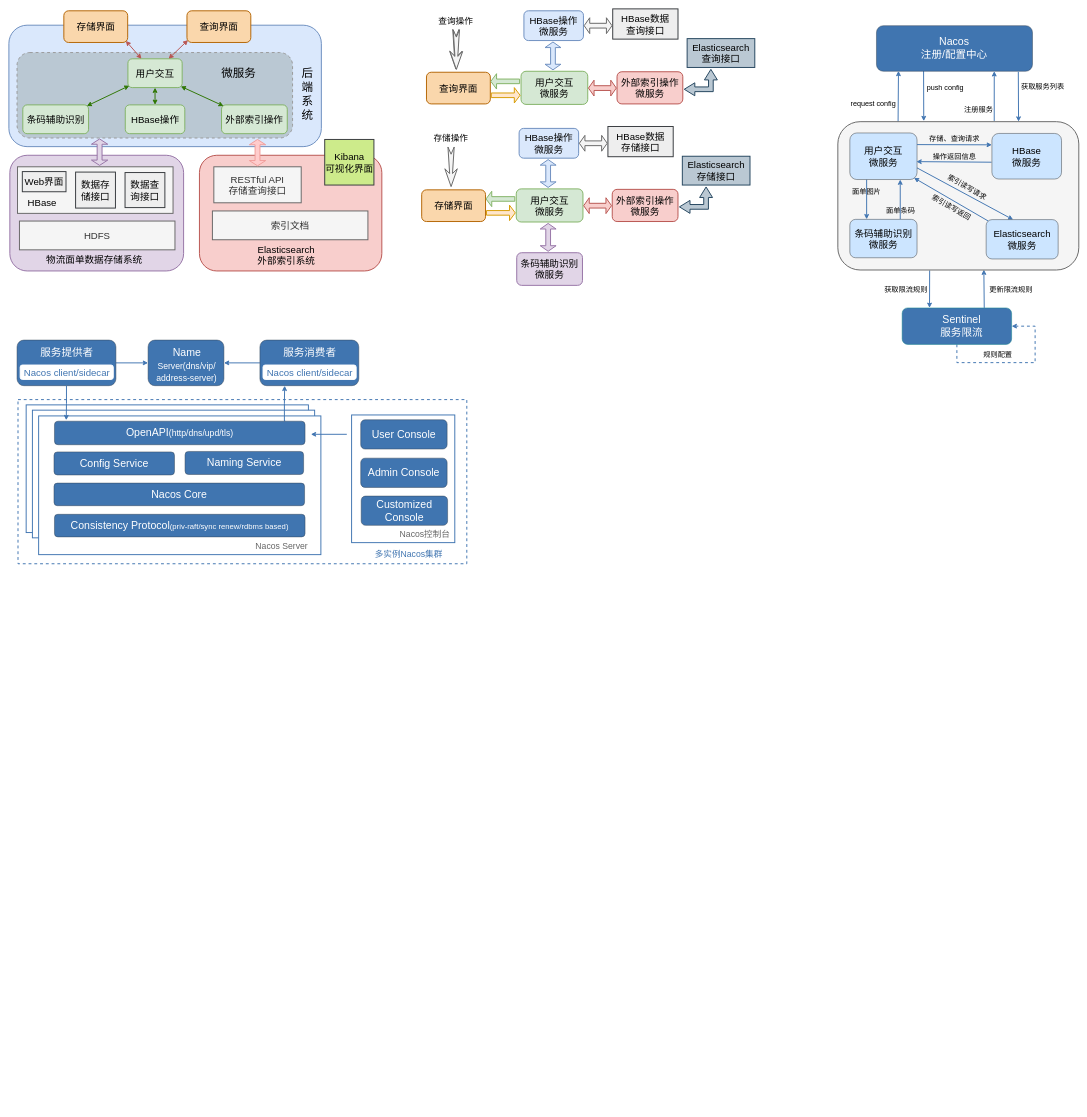
Above: page "第 4 页" (4 of 4) of 未命名绘图.drawio in Life-Cycle/xixi (draw.io), before the change. Source tidied: cells renumbered, new cells numbered last; positions are measured from the earlier drawing's top-left corner, leaving out a move shared by most shapes. Both pictures are drawn from the tidied source at 48%, with x=0, y=0 at pixel (9, 9).
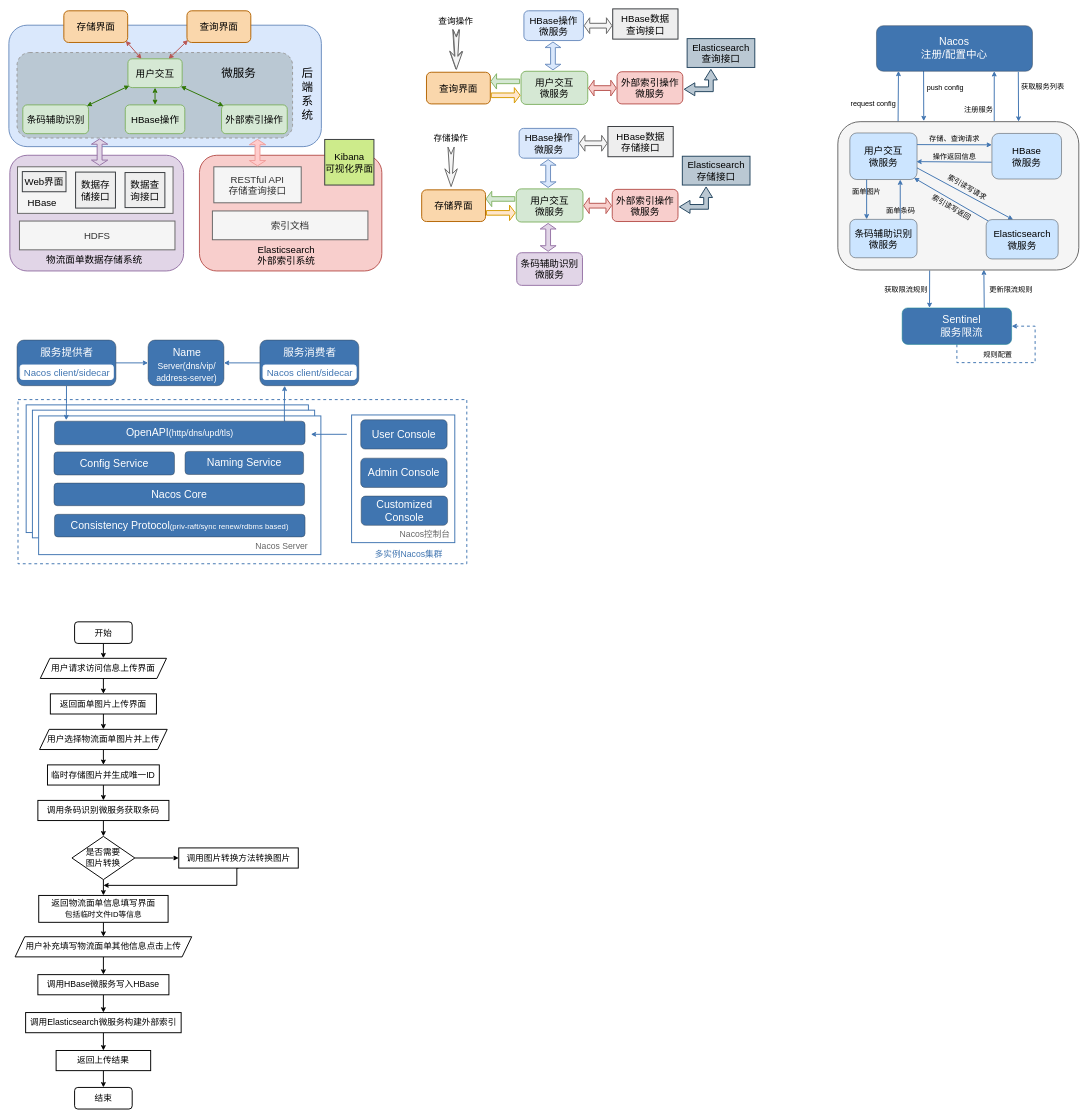
Above is the later version.

Commit message:
更新未命名绘图.drawio

Diff of the diagram source:
```diff
@@
+    <mxCell id="128" style="edgeStyle=none;rounded=0;jettySize=auto;html=1;exitX=0.5;exitY=1;exitDx=0;exitDy=0;entryX=0.5;entryY=0;entryDx=0;entryDy=0;fontSize=16;fontColor=#000000;startArrow=none;startFill=0;endArrow=classic;endFill=1;strokeColor=#000000;strokeWidth=2;" parent="1" edge="1" source="129" target="131">
+      <mxGeometry relative="1" as="geometry" />
+    </mxCell>
+    <mxCell id="129" value="开始" style="rounded=1;whiteSpace=wrap;html=1;labelBackgroundColor=none;fontSize=18;fontColor=#000000;strokeColor=#000000;strokeWidth=2;fillColor=#FFFFFF;" parent="1" vertex="1">
+      <mxGeometry x="136.9" y="1277" width="120" height="45" as="geometry" />
+    </mxCell>
+    <mxCell id="130" style="edgeStyle=none;rounded=0;jettySize=auto;html=1;exitX=0.5;exitY=1;exitDx=0;exitDy=0;entryX=0.5;entryY=0;entryDx=0;entryDy=0;fontSize=16;fontColor=#000000;startArrow=none;startFill=0;endArrow=classic;endFill=1;strokeColor=#000000;strokeWidth=2;" parent="1" edge="1" source="131" target="133">
+      <mxGeometry relative="1" as="geometry" />
+    </mxCell>
+    <mxCell id="131" value="用户请求访问信息上传界面" style="shape=parallelogram;perimeter=parallelogramPerimeter;whiteSpace=wrap;html=1;fixedSize=1;rounded=0;labelBackgroundColor=none;fontSize=18;fontColor=#000000;strokeColor=#000000;strokeWidth=2;fillColor=#FFFFFF;" parent="1" vertex="1">
+      <mxGeometry x="65.4" y="1353" width="263" height="42" as="geometry" />
+    </mxCell>
+    <mxCell id="132" style="edgeStyle=none;rounded=0;jettySize=auto;html=1;exitX=0.5;exitY=1;exitDx=0;exitDy=0;entryX=0.5;entryY=0;entryDx=0;entryDy=0;fontSize=16;fontColor=#000000;startArrow=none;startFill=0;endArrow=classic;endFill=1;strokeColor=#000000;strokeWidth=2;" parent="1" edge="1" source="133" target="135">
+      <mxGeometry relative="1" as="geometry" />
+    </mxCell>
+    <mxCell id="133" value="返回面单图片上传界面" style="rounded=0;whiteSpace=wrap;html=1;labelBackgroundColor=none;fontSize=18;fontColor=#000000;strokeColor=#000000;strokeWidth=2;fillColor=#FFFFFF;" parent="1" vertex="1">
+      <mxGeometry x="86.4" y="1427" width="221" height="42" as="geometry" />
+    </mxCell>
+    <mxCell id="134" style="edgeStyle=orthogonalEdgeStyle;rounded=0;jettySize=auto;html=1;exitX=0.5;exitY=1;exitDx=0;exitDy=0;entryX=0.5;entryY=0;entryDx=0;entryDy=0;fontSize=16;fontColor=#000000;startArrow=none;startFill=0;endArrow=classic;endFill=1;strokeColor=#000000;strokeWidth=2;" parent="1" edge="1" source="135" target="137">
+      <mxGeometry relative="1" as="geometry" />
+    </mxCell>
+    <mxCell id="135" value="用户选择物流面单图片并上传" style="shape=parallelogram;perimeter=parallelogramPerimeter;whiteSpace=wrap;html=1;fixedSize=1;rounded=0;labelBackgroundColor=none;fontSize=18;fontColor=#000000;strokeColor=#000000;strokeWidth=2;fillColor=#FFFFFF;" parent="1" vertex="1">
+      <mxGeometry x="63.9" y="1501" width="266" height="42" as="geometry" />
+    </mxCell>
+    <mxCell id="136" style="edgeStyle=orthogonalEdgeStyle;rounded=0;jettySize=auto;html=1;exitX=0.5;exitY=1;exitDx=0;exitDy=0;entryX=0.5;entryY=0;entryDx=0;entryDy=0;fontSize=16;fontColor=#000000;startArrow=none;startFill=0;endArrow=classic;endFill=1;strokeColor=#000000;strokeWidth=2;" parent="1" edge="1" source="137" target="139">
+      <mxGeometry relative="1" as="geometry" />
+    </mxCell>
+    <mxCell id="137" value="临时存储图片并生成唯一ID" style="rounded=0;whiteSpace=wrap;html=1;labelBackgroundColor=none;fontSize=18;fontColor=#000000;strokeColor=#000000;strokeWidth=2;fillColor=#FFFFFF;" parent="1" vertex="1">
+      <mxGeometry x="80.4" y="1575" width="233" height="42" as="geometry" />
+    </mxCell>
+    <mxCell id="138" style="edgeStyle=orthogonalEdgeStyle;rounded=0;jettySize=auto;html=1;exitX=0.5;exitY=1;exitDx=0;exitDy=0;entryX=0.5;entryY=0;entryDx=0;entryDy=0;fontSize=16;fontColor=#000000;startArrow=none;startFill=0;endArrow=classic;endFill=1;strokeColor=#000000;strokeWidth=2;" parent="1" edge="1" source="139" target="142">
+      <mxGeometry relative="1" as="geometry" />
+    </mxCell>
+    <mxCell id="139" value="调用条码识别微服务获取条码" style="rounded=0;whiteSpace=wrap;html=1;labelBackgroundColor=none;fontSize=18;fontColor=#000000;strokeColor=#000000;strokeWidth=2;fillColor=#FFFFFF;" parent="1" vertex="1">
+      <mxGeometry x="60.4" y="1649" width="273" height="42" as="geometry" />
+    </mxCell>
+    <mxCell id="140" style="edgeStyle=orthogonalEdgeStyle;rounded=0;jettySize=auto;html=1;exitX=1;exitY=0.5;exitDx=0;exitDy=0;entryX=0;entryY=0.5;entryDx=0;entryDy=0;fontSize=16;fontColor=#000000;startArrow=none;startFill=0;endArrow=classic;endFill=1;strokeColor=#000000;strokeWidth=2;" parent="1" edge="1" source="142" target="146">
+      <mxGeometry relative="1" as="geometry" />
+    </mxCell>
+    <mxCell id="141" style="edgeStyle=orthogonalEdgeStyle;rounded=0;jettySize=auto;html=1;exitX=0.5;exitY=1;exitDx=0;exitDy=0;entryX=0.5;entryY=0;entryDx=0;entryDy=0;fontSize=16;fontColor=#000000;startArrow=none;startFill=0;endArrow=classic;endFill=1;strokeColor=#000000;strokeWidth=2;" parent="1" edge="1" source="142" target="144">
+      <mxGeometry relative="1" as="geometry" />
+    </mxCell>
+    <mxCell id="142" value="是否需要&lt;br&gt;图片转换" style="rhombus;whiteSpace=wrap;html=1;rounded=0;labelBackgroundColor=none;fontSize=18;fontColor=#000000;strokeColor=#000000;strokeWidth=2;fillColor=#FFFFFF;" parent="1" vertex="1">
+      <mxGeometry x="131.4" y="1724" width="131" height="90" as="geometry" />
+    </mxCell>
+    <mxCell id="143" style="edgeStyle=orthogonalEdgeStyle;rounded=0;jettySize=auto;html=1;exitX=0.5;exitY=1;exitDx=0;exitDy=0;entryX=0.5;entryY=0;entryDx=0;entryDy=0;fontSize=16;fontColor=#000000;startArrow=none;startFill=0;endArrow=classic;endFill=1;strokeColor=#000000;strokeWidth=2;" parent="1" edge="1" source="144" target="148">
+      <mxGeometry relative="1" as="geometry" />
+    </mxCell>
+    <mxCell id="144" value="返回物流面单信息填写界面&lt;br&gt;&lt;font style=&quot;font-size: 16px&quot;&gt;包括临时文件ID等信息&lt;/font&gt;" style="rounded=0;whiteSpace=wrap;html=1;labelBackgroundColor=none;fontSize=18;fontColor=#000000;strokeColor=#000000;strokeWidth=2;fillColor=#FFFFFF;" parent="1" vertex="1">
+      <mxGeometry x="62.2" y="1847" width="269.5" height="56" as="geometry" />
+    </mxCell>
+    <mxCell id="145" style="edgeStyle=elbowEdgeStyle;rounded=0;jettySize=auto;html=1;exitX=0.5;exitY=1;exitDx=0;exitDy=0;fontSize=16;fontColor=#000000;startArrow=none;startFill=0;endArrow=classic;endFill=1;strokeColor=#000000;strokeWidth=2;" parent="1" edge="1" source="146">
+      <mxGeometry relative="1" as="geometry">
+        <mxPoint x="196.9" y="1826" as="targetPoint" />
+        <Array as="points">
+          <mxPoint x="474.9" y="1813" />
+        </Array>
+      </mxGeometry>
+    </mxCell>
+    <mxCell id="146" value="调用图片转换方法转换图片" style="rounded=0;whiteSpace=wrap;html=1;labelBackgroundColor=none;fontSize=18;fontColor=#000000;strokeColor=#000000;strokeWidth=2;fillColor=#FFFFFF;" parent="1" vertex="1">
+      <mxGeometry x="353.9" y="1748" width="249" height="42" as="geometry" />
+    </mxCell>
+    <mxCell id="147" style="edgeStyle=orthogonalEdgeStyle;rounded=0;jettySize=auto;html=1;exitX=0.5;exitY=1;exitDx=0;exitDy=0;entryX=0.5;entryY=0;entryDx=0;entryDy=0;fontSize=16;fontColor=#000000;startArrow=none;startFill=0;endArrow=classic;endFill=1;strokeColor=#000000;strokeWidth=2;" parent="1" edge="1" source="148" target="150">
+      <mxGeometry relative="1" as="geometry" />
+    </mxCell>
+    <mxCell id="148" value="用户补充填写物流面单其他信息点击上传" style="shape=parallelogram;perimeter=parallelogramPerimeter;whiteSpace=wrap;html=1;fixedSize=1;rounded=0;labelBackgroundColor=none;fontSize=18;fontColor=#000000;strokeColor=#000000;strokeWidth=2;fillColor=#FFFFFF;" parent="1" vertex="1">
+      <mxGeometry x="13" y="1933" width="367.9" height="42" as="geometry" />
+    </mxCell>
+    <mxCell id="149" style="edgeStyle=orthogonalEdgeStyle;rounded=0;jettySize=auto;html=1;exitX=0.5;exitY=1;exitDx=0;exitDy=0;entryX=0.5;entryY=0;entryDx=0;entryDy=0;fontSize=16;fontColor=#000000;startArrow=none;startFill=0;endArrow=classic;endFill=1;strokeColor=#000000;strokeWidth=2;" parent="1" edge="1" source="150" target="152">
+      <mxGeometry relative="1" as="geometry" />
+    </mxCell>
+    <mxCell id="150" value="调用HBase微服务写入HBase" style="rounded=0;whiteSpace=wrap;html=1;labelBackgroundColor=none;fontSize=18;fontColor=#000000;strokeColor=#000000;strokeWidth=2;fillColor=#FFFFFF;" parent="1" vertex="1">
+      <mxGeometry x="60.4" y="2012" width="273" height="42" as="geometry" />
+    </mxCell>
+    <mxCell id="151" style="edgeStyle=orthogonalEdgeStyle;rounded=0;jettySize=auto;html=1;exitX=0.5;exitY=1;exitDx=0;exitDy=0;entryX=0.5;entryY=0;entryDx=0;entryDy=0;fontSize=16;fontColor=#000000;startArrow=none;startFill=0;endArrow=classic;endFill=1;strokeColor=#000000;strokeWidth=2;" parent="1" edge="1" source="152" target="154">
+      <mxGeometry relative="1" as="geometry" />
+    </mxCell>
+    <mxCell id="152" value="调用Elasticsearch微服务构建外部索引" style="rounded=0;whiteSpace=wrap;html=1;labelBackgroundColor=none;fontSize=18;fontColor=#000000;strokeColor=#000000;strokeWidth=2;fillColor=#FFFFFF;" parent="1" vertex="1">
+      <mxGeometry x="34.9" y="2091" width="324" height="42" as="geometry" />
+    </mxCell>
+    <mxCell id="153" style="edgeStyle=orthogonalEdgeStyle;rounded=0;jettySize=auto;html=1;exitX=0.5;exitY=1;exitDx=0;exitDy=0;entryX=0.5;entryY=0;entryDx=0;entryDy=0;fontSize=16;fontColor=#000000;startArrow=none;startFill=0;endArrow=classic;endFill=1;strokeColor=#000000;strokeWidth=2;" parent="1" edge="1" source="154" target="155">
+      <mxGeometry relative="1" as="geometry" />
+    </mxCell>
+    <mxCell id="154" value="返回上传结果" style="rounded=0;whiteSpace=wrap;html=1;labelBackgroundColor=none;fontSize=18;fontColor=#000000;strokeColor=#000000;strokeWidth=2;fillColor=#FFFFFF;" parent="1" vertex="1">
+      <mxGeometry x="98.4" y="2170" width="197" height="42" as="geometry" />
+    </mxCell>
+    <mxCell id="155" value="结束" style="rounded=1;whiteSpace=wrap;html=1;labelBackgroundColor=none;fontSize=18;fontColor=#000000;strokeColor=#000000;strokeWidth=2;fillColor=#FFFFFF;" parent="1" vertex="1">
+      <mxGeometry x="136.9" y="2247" width="120" height="45" as="geometry" />
+    </mxCell>
```
